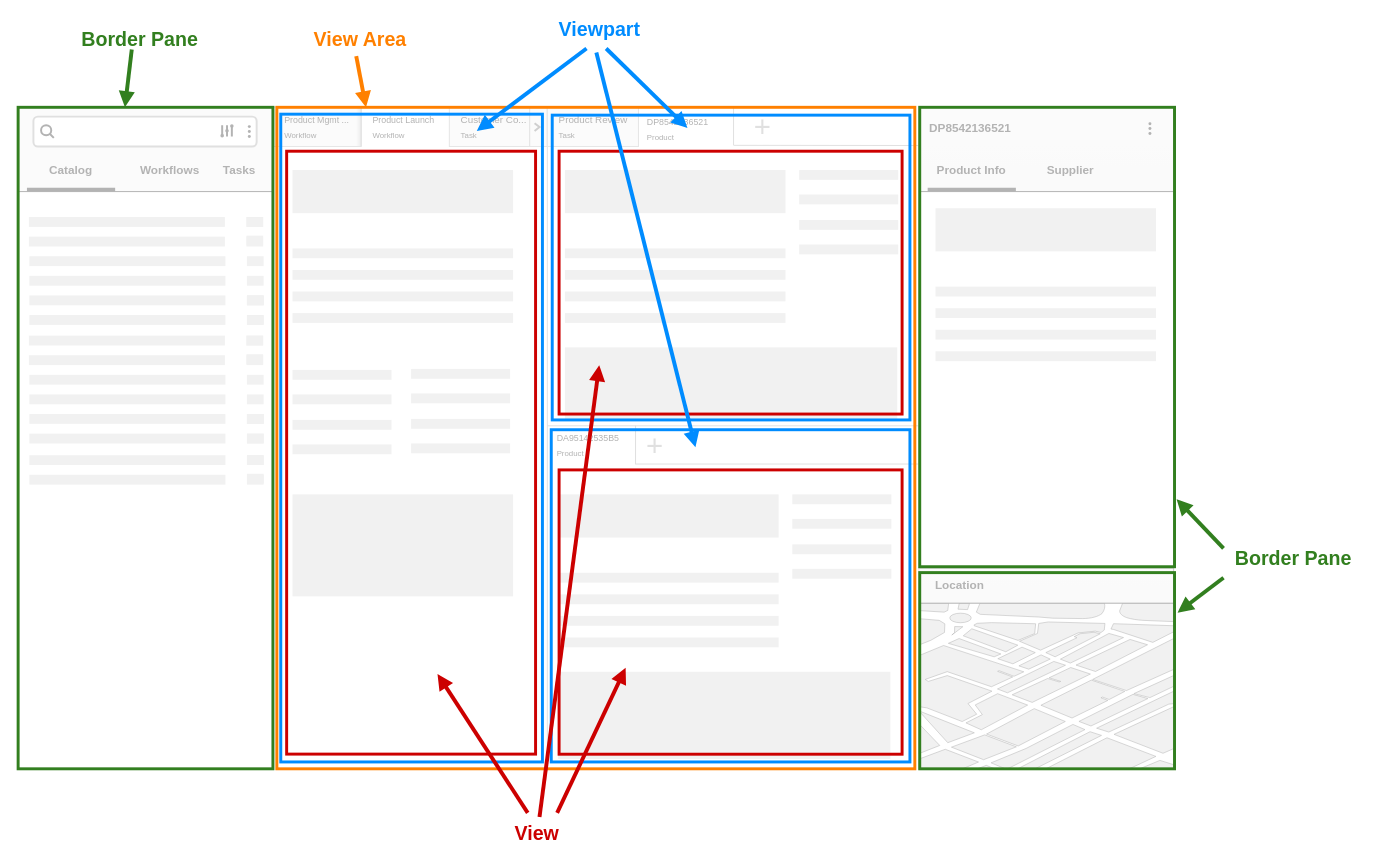
Above: page "workbench layout parts" (2 of 3) of docs/site/images/images.drawio in SchweizerischeBundesbahnen/scion-workbench (draw.io), before the change. Source tidied: cells renumbered, new cells numbered last; positions are measured from the earlier drawing's top-left corner, leaving out a move shared by most shapes. Both pictures are drawn from the tidied source at 98%, with x=0, y=0 at pixel (17, 19).
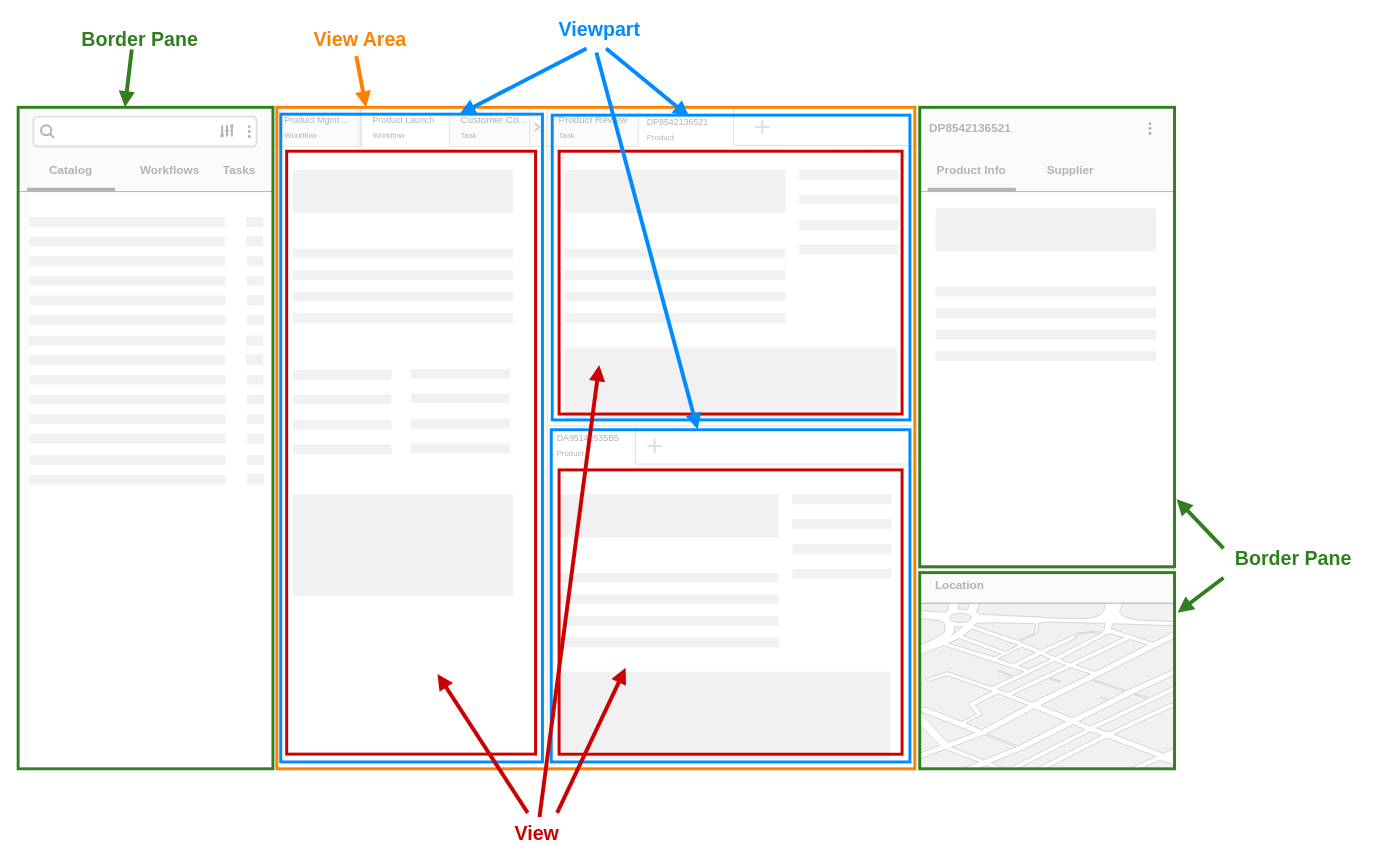
The same page after the edit.

The change refers to these unchanged cells:
```xml
<mxCell id="138" style="rounded=0;whiteSpace=wrap;html=1;shadow=0;strokeColor=#008CFF;strokeWidth=3;fillColor=none;gradientColor=none;align=left;" parent="1" vertex="1">
  <mxGeometry x="269" y="97" width="267" height="661" as="geometry" />
</mxCell>
<mxCell id="140" style="rounded=0;whiteSpace=wrap;html=1;shadow=0;strokeColor=#008CFF;strokeWidth=3;fillColor=none;gradientColor=none;align=left;" parent="1" vertex="1">
  <mxGeometry x="546" y="98" width="365" height="311" as="geometry" />
</mxCell>
<mxCell id="141" style="rounded=0;whiteSpace=wrap;html=1;shadow=0;strokeColor=#008CFF;strokeWidth=3;fillColor=none;gradientColor=none;align=left;" parent="1" vertex="1">
  <mxGeometry x="545" y="419" width="366" height="339" as="geometry" />
</mxCell>
```

The edit, as a diff of the source:
```diff
@@
-    <mxCell id="152" style="endArrow=block;html=1;strokeColor=#008CFF;strokeWidth=4;fontColor=#FF8000;entryX=0.378;entryY=0.042;entryDx=0;entryDy=0;entryPerimeter=0;endFill=1;" parent="1" edge="1" target="140">
+    <mxCell id="152" style="endArrow=block;html=1;strokeColor=#008CFF;strokeWidth=4;fontColor=#FF8000;entryX=0.383;entryY=0.005;entryDx=0;entryDy=0;entryPerimeter=0;endFill=1;" parent="1" edge="1" target="140">
       <mxGeometry relative="1" as="geometry">
         <mxPoint x="601" y="30" as="sourcePoint" />
       </mxGeometry>
     </mxCell>
-    <mxCell id="153" style="endArrow=block;html=1;strokeColor=#008CFF;strokeWidth=4;fontColor=#FF8000;entryX=0.749;entryY=0.026;entryDx=0;entryDy=0;entryPerimeter=0;endFill=1;" parent="1" edge="1" target="138">
+    <mxCell id="153" style="endArrow=block;html=1;strokeColor=#008CFF;strokeWidth=4;fontColor=#FF8000;endFill=1;entryX=0.683;entryY=0;entryDx=0;entryDy=0;entryPerimeter=0;" parent="1" edge="1" target="138">
       <mxGeometry relative="1" as="geometry">
         <mxPoint x="581" y="30" as="sourcePoint" />
       </mxGeometry>
     </mxCell>
-    <mxCell id="154" style="endArrow=block;html=1;strokeColor=#008CFF;strokeWidth=4;fontColor=#FF8000;entryX=0.402;entryY=0.053;entryDx=0;entryDy=0;entryPerimeter=0;endFill=1;" parent="1" edge="1" target="141">
+    <mxCell id="154" style="endArrow=block;html=1;strokeColor=#008CFF;strokeWidth=4;fontColor=#FF8000;entryX=0.408;entryY=-0.001;entryDx=0;entryDy=0;entryPerimeter=0;endFill=1;" parent="1" edge="1" target="141">
       <mxGeometry relative="1" as="geometry">
         <mxPoint x="591" y="34" as="sourcePoint" />
       </mxGeometry>
     </mxCell>
```
